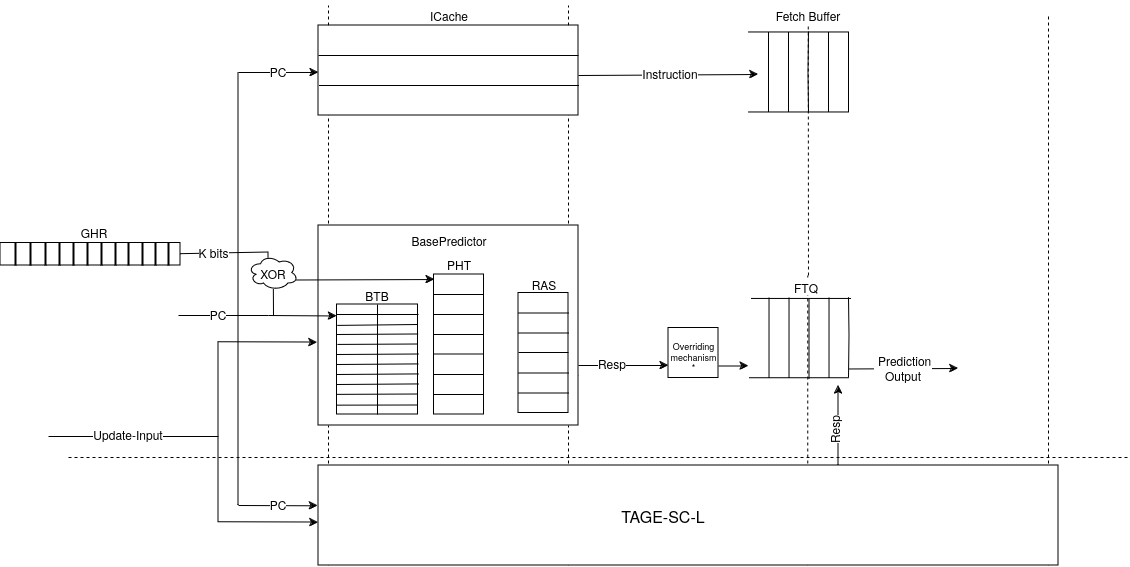
The draw.io diagram docs/bpu_design_document/media/bpu_uarch.png in riscv-software-src/riscv-perf-model, before a commit. Source tidied: cells renumbered, new cells last; positions are measured from the earlier drawing's top-left corner, leaving out a move shared by most shapes.
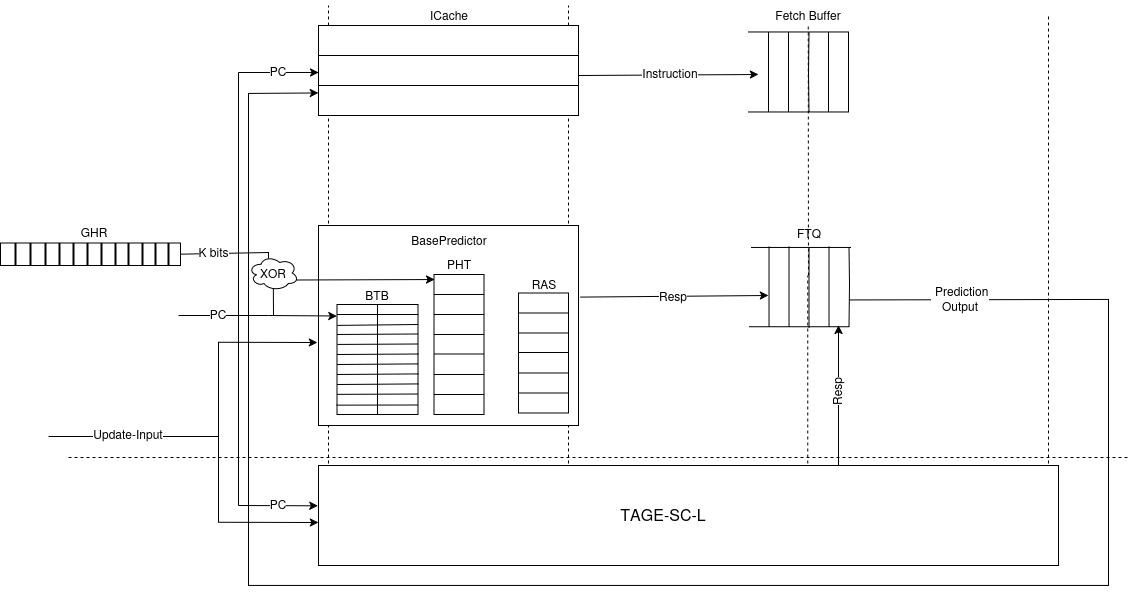
Later version of the same file.

Commit message:
Updated FTQ ports and bpu_uarch diagram

Diff of the diagram source:
```diff
@@ -89,59 +89,58 @@
     </mxCell>
     <mxCell id="16" style="endArrow=none;html=1;rounded=0;" parent="1" edge="1">
       <mxGeometry relative="1" as="geometry">
-        <mxPoint x="748.5" y="377.2" as="sourcePoint" />
-        <mxPoint x="848.5" y="377.2" as="targetPoint" />
+        <mxPoint x="748.5" y="326.2" as="sourcePoint" />
+        <mxPoint x="848.5" y="326.2" as="targetPoint" />
       </mxGeometry>
     </mxCell>
     <mxCell id="17" style="endArrow=none;html=1;rounded=0;" parent="1" edge="1">
       <mxGeometry relative="1" as="geometry">
-        <mxPoint x="750.5" y="298" as="sourcePoint" />
-        <mxPoint x="850.5" y="298" as="targetPoint" />
+        <mxPoint x="750.5" y="247" as="sourcePoint" />
+        <mxPoint x="850.5" y="247" as="targetPoint" />
       </mxGeometry>
     </mxCell>
     <mxCell id="18" style="endArrow=none;html=1;rounded=0;" parent="1" edge="1">
       <mxGeometry relative="1" as="geometry">
-        <mxPoint x="768.5" y="377.2" as="sourcePoint" />
-        <mxPoint x="768.5" y="297.2" as="targetPoint" />
+        <mxPoint x="768.5" y="326.2" as="sourcePoint" />
+        <mxPoint x="768.5" y="246.2" as="targetPoint" />
       </mxGeometry>
     </mxCell>
     <mxCell id="19" style="endArrow=none;html=1;rounded=0;" parent="1" edge="1">
       <mxGeometry relative="1" as="geometry">
-        <mxPoint x="788.5" y="377.2" as="sourcePoint" />
-        <mxPoint x="788.5" y="297.2" as="targetPoint" />
+        <mxPoint x="788.5" y="326.2" as="sourcePoint" />
+        <mxPoint x="788.5" y="246.2" as="targetPoint" />
       </mxGeometry>
     </mxCell>
     <mxCell id="20" style="endArrow=none;html=1;rounded=0;" parent="1" edge="1">
       <mxGeometry relative="1" as="geometry">
-        <mxPoint x="808.5" y="378.5" as="sourcePoint" />
-        <mxPoint x="808.5" y="298.5" as="targetPoint" />
+        <mxPoint x="808.5" y="327.5" as="sourcePoint" />
+        <mxPoint x="808.5" y="247.5" as="targetPoint" />
       </mxGeometry>
     </mxCell>
     <mxCell id="21" style="endArrow=none;html=1;rounded=0;" parent="1" edge="1">
       <mxGeometry relative="1" as="geometry">
-        <mxPoint x="828.5" y="377.2" as="sourcePoint" />
-        <mxPoint x="828.5" y="297.2" as="targetPoint" />
+        <mxPoint x="828.5" y="326.2" as="sourcePoint" />
+        <mxPoint x="828.5" y="246.2" as="targetPoint" />
       </mxGeometry>
     </mxCell>
     <mxCell id="22" style="endArrow=none;html=1;rounded=0;" parent="1" edge="1">
       <mxGeometry relative="1" as="geometry">
-        <mxPoint x="848.5" y="377.2" as="sourcePoint" />
-        <mxPoint x="848.5" y="297.2" as="targetPoint" />
+        <mxPoint x="848.5" y="326.2" as="sourcePoint" />
+        <mxPoint x="848.5" y="246.2" as="targetPoint" />
         <Array as="points">
-          <mxPoint x="849" y="335" />
+          <mxPoint x="849" y="284" />
         </Array>
       </mxGeometry>
     </mxCell>
-    <mxCell id="23" style="endArrow=classic;html=1;rounded=0;exitX=1.008;exitY=0.55;exitDx=0;exitDy=0;exitPerimeter=0;" parent="1" edge="1">
+    <mxCell id="23" style="endArrow=classic;html=1;rounded=0;exitX=1.008;exitY=0.358;exitDx=0;exitDy=0;exitPerimeter=0;" parent="1" edge="1" source="7">
       <mxGeometry relative="1" as="geometry">
-        <mxPoint x="578" y="365" as="sourcePoint" />
-        <mxPoint x="668" y="365" as="targetPoint" />
+        <mxPoint x="768" y="295" as="targetPoint" />
       </mxGeometry>
     </mxCell>
     <mxCell id="24" style="endArrow=classic;html=1;rounded=0;" parent="1" edge="1">
       <mxGeometry relative="1" as="geometry">
         <mxPoint x="838" y="465" as="sourcePoint" />
-        <mxPoint x="838" y="385" as="targetPoint" />
+        <mxPoint x="838" y="325" as="targetPoint" />
         <Array as="points">
           <mxPoint x="838" y="425" />
         </Array>
@@ -273,10 +272,10 @@
       </mxGeometry>
     </mxCell>
     <mxCell id="49" value="FTQ" style="text;html=1;align=center;verticalAlign=middle;whiteSpace=wrap;rounded=0;labelBackgroundColor=default;" parent="1" vertex="1">
-      <mxGeometry x="735.5" y="271.8" width="140.5" height="30" as="geometry" />
+      <mxGeometry x="738.5" y="217.8" width="140.5" height="30" as="geometry" />
     </mxCell>
     <mxCell id="50" value="&lt;div&gt;Resp&lt;/div&gt;" style="text;html=1;align=center;verticalAlign=middle;whiteSpace=wrap;rounded=0;rotation=270;labelBackgroundColor=default;" parent="1" vertex="1">
-      <mxGeometry x="804" y="414" width="60" height="30" as="geometry" />
+      <mxGeometry x="807" y="376" width="60" height="30" as="geometry" />
     </mxCell>
     <mxCell id="51" style="rounded=0;whiteSpace=wrap;html=1;" parent="1" vertex="1">
       <mxGeometry x="318" y="465" width="740" height="100" as="geometry" />
@@ -328,10 +327,16 @@
         <mxPoint x="758" y="74" as="targetPoint" />
       </mxGeometry>
     </mxCell>
-    <mxCell id="61" style="endArrow=classic;html=1;rounded=0;" parent="1" edge="1">
+    <mxCell id="61" style="endArrow=classic;html=1;rounded=0;entryX=0;entryY=0.75;entryDx=0;entryDy=0;" parent="1" edge="1" target="53">
       <mxGeometry relative="1" as="geometry">
-        <mxPoint x="849" y="368.5" as="sourcePoint" />
-        <mxPoint x="958" y="368" as="targetPoint" />
+        <mxPoint x="849" y="299.5" as="sourcePoint" />
+        <Array as="points">
+          <mxPoint x="1108" y="299" />
+          <mxPoint x="1108" y="585" />
+          <mxPoint x="248" y="585" />
+          <mxPoint x="248" y="335" />
+          <mxPoint x="248" y="93" />
+        </Array>
       </mxGeometry>
     </mxCell>
     <mxCell id="62" style="endArrow=none;html=1;rounded=0;" parent="1" edge="1">
@@ -398,7 +403,7 @@
       </mxGeometry>
     </mxCell>
     <mxCell id="72" value="&amp;nbsp;Prediction Output" style="text;html=1;align=center;verticalAlign=middle;whiteSpace=wrap;rounded=0;labelBackgroundColor=default;" parent="1" vertex="1">
-      <mxGeometry x="873" y="359" width="60" height="17.5" as="geometry" />
+      <mxGeometry x="930" y="290" width="60" height="17.5" as="geometry" />
     </mxCell>
     <mxCell id="73" style="endArrow=none;dashed=1;html=1;rounded=0;" parent="1" edge="1">
       <mxGeometry relative="1" as="geometry">
@@ -491,9 +496,6 @@
     <mxCell id="98" value="GHR" style="text;html=1;align=center;verticalAlign=middle;whiteSpace=wrap;rounded=0;" parent="1" vertex="1">
       <mxGeometry x="64" y="217.5" width="60" height="30" as="geometry" />
     </mxCell>
-    <mxCell id="99" value="Resp" style="text;html=1;align=center;verticalAlign=middle;whiteSpace=wrap;rounded=0;labelBackgroundColor=default;" parent="1" vertex="1">
-      <mxGeometry x="597" y="348" width="30" height="30" as="geometry" />
-    </mxCell>
     <mxCell id="100" style="endArrow=classic;html=1;rounded=0;" parent="1" edge="1">
       <mxGeometry relative="1" as="geometry">
         <mxPoint x="268" y="315" as="sourcePoint" />
@@ -516,20 +518,11 @@
         </Array>
       </mxGeometry>
     </mxCell>
-    <mxCell id="104" style="edgeStyle=orthogonalEdgeStyle;rounded=0;orthogonalLoop=1;jettySize=auto;html=1;exitX=1;exitY=0.5;exitDx=0;exitDy=0;" parent="1" edge="1">
-      <mxGeometry relative="1" as="geometry">
-        <mxPoint x="718" y="365.5" as="sourcePoint" />
-        <mxPoint x="748" y="366" as="targetPoint" />
-      </mxGeometry>
-    </mxCell>
-    <mxCell id="105" style="rounded=0;whiteSpace=wrap;html=1;" parent="1" vertex="1">
-      <mxGeometry x="668" y="327.5" width="50" height="50" as="geometry" />
-    </mxCell>
-    <mxCell id="106" value="&lt;font&gt;Overriding mechanism *&lt;br&gt;&lt;/font&gt;" style="text;html=1;align=center;verticalAlign=middle;whiteSpace=wrap;rounded=0;fontSize=9;" parent="1" vertex="1">
-      <mxGeometry x="691" y="341" width="5" height="30" as="geometry" />
-    </mxCell>
     <mxCell id="107" value="K bits" style="text;html=1;align=center;verticalAlign=middle;whiteSpace=wrap;rounded=0;labelBackgroundColor=default;" parent="1" vertex="1">
       <mxGeometry x="190" y="242" width="47" height="20" as="geometry" />
     </mxCell>
+    <mxCell id="99" value="&lt;div&gt;Resp&lt;/div&gt;" style="text;html=1;align=center;verticalAlign=middle;whiteSpace=wrap;rounded=0;rotation=0;labelBackgroundColor=default;" parent="1" vertex="1">
+      <mxGeometry x="643" y="281" width="60" height="30" as="geometry" />
+    </mxCell>
   </root>
 </mxGraphModel>
```
